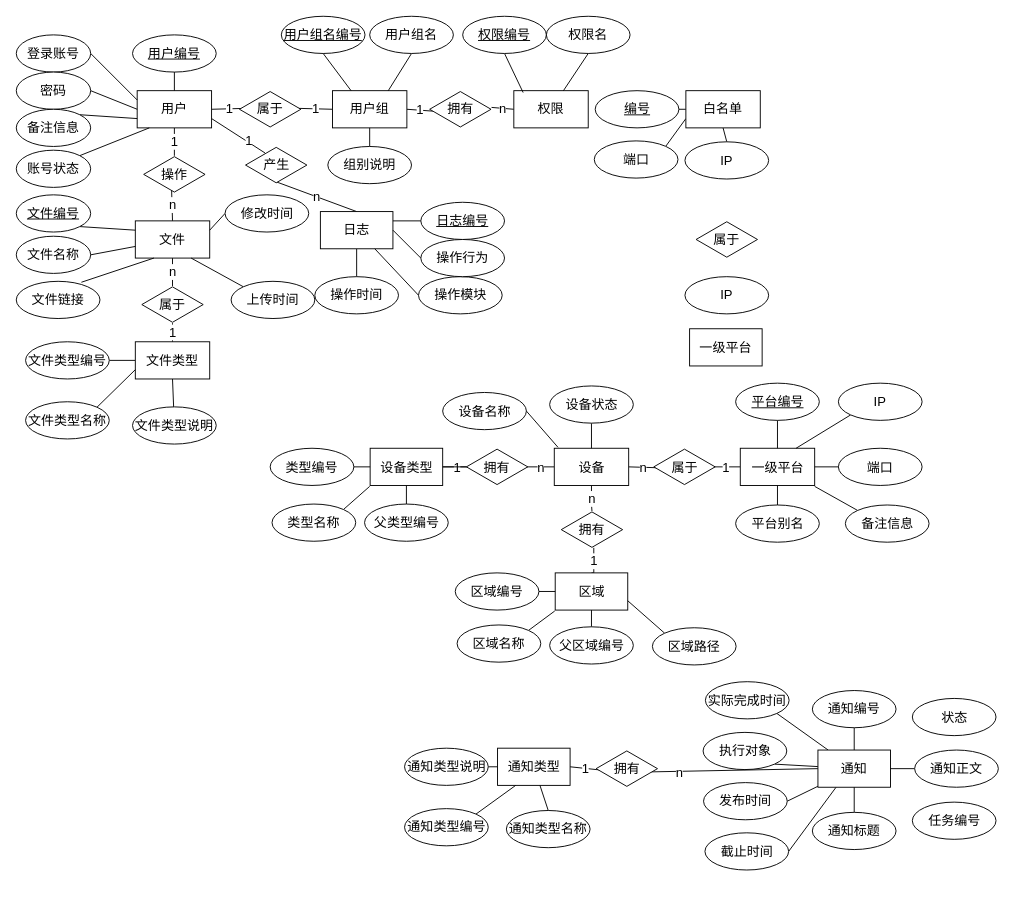
This is E-R.drawio from waterwatermelon/graph, a draw.io file, before an edit. Source tidied: cells renumbered, new cells numbered last; positions are measured from the earlier drawing's top-left corner, leaving out a move shared by most shapes. Both pictures are drawn from the tidied source at 93%, with x=0, y=0 at pixel (16, 16).
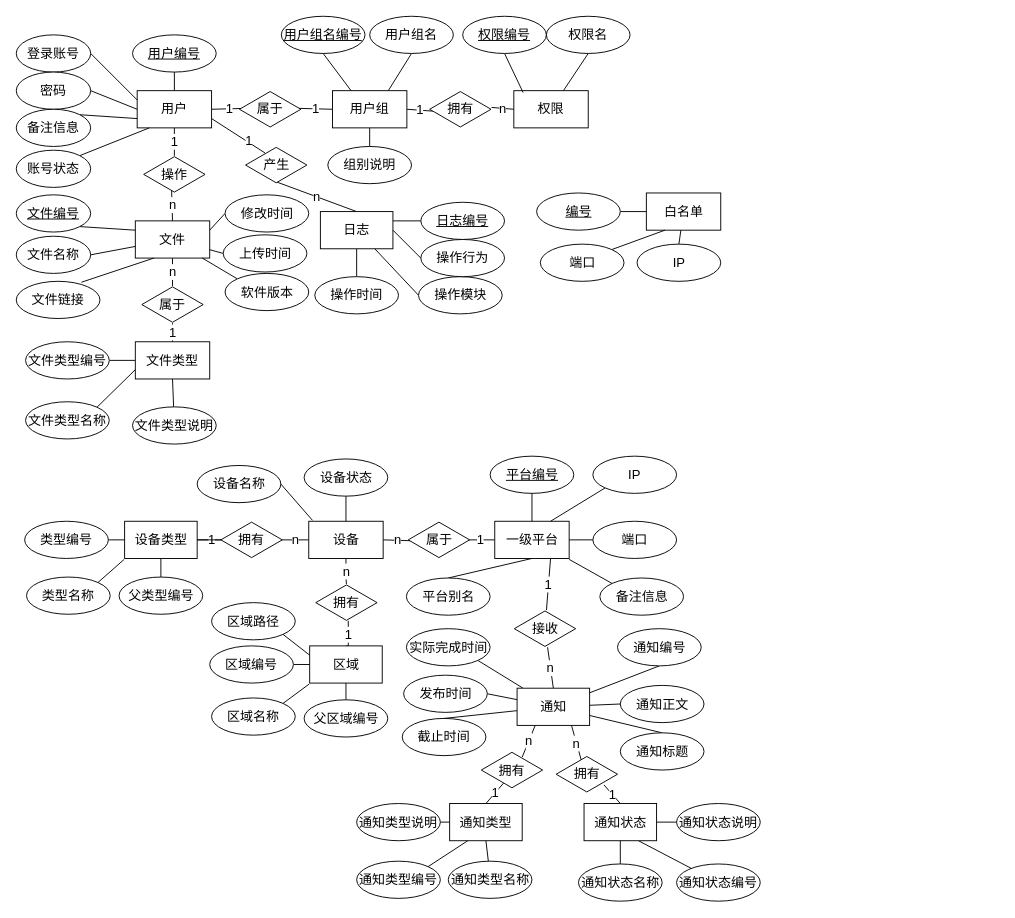
After the change.

The change refers to these unchanged cells:
```xml
<mxCell id="54" value="文件" style="rounded=0;whiteSpace=wrap;html=1;fontSize=14;" parent="1" vertex="1">
  <mxGeometry x="128" y="220" width="80" height="40" as="geometry" />
</mxCell>
```

Change to the diagram source:
```diff
@@
     <mxCell id="31" value="设备" style="rounded=0;whiteSpace=wrap;html=1;fontSize=14;" parent="1" vertex="1">
-      <mxGeometry x="578.5" y="464.5" width="80" height="40" as="geometry" />
+      <mxGeometry x="314.5" y="543" width="80" height="40" as="geometry" />
     </mxCell>
@@
+    <mxCell id="148" value="1" style="edgeStyle=none;rounded=0;jettySize=auto;html=1;exitX=0.75;exitY=1;exitDx=0;exitDy=0;endArrow=none;endFill=0;fontSize=14;" parent="1" edge="1" source="33" target="161">
+      <mxGeometry relative="1" as="geometry" />
+    </mxCell>
     <mxCell id="33" value="一级平台" style="rounded=0;whiteSpace=wrap;html=1;fontSize=14;" parent="1" vertex="1">
-      <mxGeometry x="778.5" y="464.5" width="80" height="40" as="geometry" />
+      <mxGeometry x="514.5" y="543" width="80" height="40" as="geometry" />
     </mxCell>
@@
     <mxCell id="35" value="设备名称" style="ellipse;whiteSpace=wrap;html=1;fontSize=14;" parent="1" vertex="1">
-      <mxGeometry x="458.5" y="404.5" width="90" height="40" as="geometry" />
+      <mxGeometry x="194.5" y="483" width="90" height="40" as="geometry" />
     </mxCell>
     <mxCell id="36" value="属于" style="html=1;whiteSpace=wrap;shape=isoRectangle;fontSize=14;" parent="1" vertex="1">
-      <mxGeometry x="685.5" y="464.5" width="66" height="40" as="geometry" />
+      <mxGeometry x="421.5" y="543" width="66" height="40" as="geometry" />
     </mxCell>
-    <mxCell id="37" value="一级平台" style="rounded=0;whiteSpace=wrap;html=1;fontSize=14;" parent="1" vertex="1">
-      <mxGeometry x="724" y="336" width="78" height="40" as="geometry" />
-    </mxCell>
@@
     <mxCell id="39" value="&lt;u style=&quot;font-size: 14px;&quot;&gt;平台编号&lt;/u&gt;" style="ellipse;whiteSpace=wrap;html=1;fontSize=14;" parent="1" vertex="1">
-      <mxGeometry x="773.5" y="394.5" width="90" height="40" as="geometry" />
+      <mxGeometry x="509.5" y="473" width="90" height="40" as="geometry" />
     </mxCell>
@@
     <mxCell id="41" value="设备状态" style="ellipse;whiteSpace=wrap;html=1;fontSize=14;" parent="1" vertex="1">
-      <mxGeometry x="573.5" y="397.5" width="90" height="40" as="geometry" />
+      <mxGeometry x="309.5" y="476" width="90" height="40" as="geometry" />
     </mxCell>
@@
     <mxCell id="43" value="IP" style="ellipse;whiteSpace=wrap;html=1;fontSize=14;" parent="1" vertex="1">
-      <mxGeometry x="884" y="394.5" width="90" height="40" as="geometry" />
+      <mxGeometry x="620" y="473" width="90" height="40" as="geometry" />
     </mxCell>
@@
     <mxCell id="45" value="端口" style="ellipse;whiteSpace=wrap;html=1;fontSize=14;" parent="1" vertex="1">
-      <mxGeometry x="884" y="464.5" width="90" height="40" as="geometry" />
+      <mxGeometry x="620" y="543" width="90" height="40" as="geometry" />
     </mxCell>
-    <mxCell id="46" style="edgeStyle=none;rounded=0;jettySize=auto;html=1;exitX=0;exitY=0.5;exitDx=0;exitDy=0;entryX=1;entryY=0.5;entryDx=0;entryDy=0;endArrow=none;endFill=0;fontSize=14;" parent="1" edge="1" source="49" target="93">
-      <mxGeometry relative="1" as="geometry" />
-    </mxCell>
-    <mxCell id="47" style="edgeStyle=none;rounded=0;jettySize=auto;html=1;exitX=0;exitY=0.75;exitDx=0;exitDy=0;entryX=1;entryY=0;entryDx=0;entryDy=0;endArrow=none;endFill=0;fontSize=14;" parent="1" edge="1" source="49" target="51">
-      <mxGeometry relative="1" as="geometry" />
-    </mxCell>
-    <mxCell id="48" style="edgeStyle=none;rounded=0;jettySize=auto;html=1;exitX=0.5;exitY=1;exitDx=0;exitDy=0;entryX=0.5;entryY=0;entryDx=0;entryDy=0;endArrow=none;endFill=0;fontSize=14;" parent="1" edge="1" source="49" target="50">
-      <mxGeometry relative="1" as="geometry" />
-    </mxCell>
     <mxCell id="49" value="白名单" style="rounded=0;whiteSpace=wrap;html=1;fontSize=14;" parent="1" vertex="1">
-      <mxGeometry x="720" y="80" width="80" height="40" as="geometry" />
+      <mxGeometry x="677.5" y="190" width="80" height="40" as="geometry" />
     </mxCell>
+    <mxCell id="149" style="edgeStyle=none;rounded=0;jettySize=auto;html=1;exitX=0.5;exitY=0;exitDx=0;exitDy=0;endArrow=none;endFill=0;fontSize=14;" parent="1" edge="1" source="50" target="49">
+      <mxGeometry relative="1" as="geometry" />
+    </mxCell>
     <mxCell id="50" value="IP" style="ellipse;whiteSpace=wrap;html=1;fontSize=14;" parent="1" vertex="1">
-      <mxGeometry x="719" y="135" width="90" height="40" as="geometry" />
+      <mxGeometry x="667.5" y="245" width="90" height="40" as="geometry" />
     </mxCell>
+    <mxCell id="150" style="edgeStyle=none;rounded=0;jettySize=auto;html=1;exitX=1;exitY=0;exitDx=0;exitDy=0;entryX=0.25;entryY=1;entryDx=0;entryDy=0;endArrow=none;endFill=0;fontSize=14;" parent="1" edge="1" source="51" target="49">
+      <mxGeometry relative="1" as="geometry" />
+    </mxCell>
     <mxCell id="51" value="端口" style="ellipse;whiteSpace=wrap;html=1;fontSize=14;" parent="1" vertex="1">
-      <mxGeometry x="621.5" y="134" width="90" height="40" as="geometry" />
+      <mxGeometry x="563.5" y="245" width="90" height="40" as="geometry" />
     </mxCell>
@@
-    <mxCell id="55" value="IP" style="ellipse;whiteSpace=wrap;html=1;fontSize=14;" parent="1" vertex="1">
-      <mxGeometry x="719" y="280" width="90" height="40" as="geometry" />
-    </mxCell>
@@
-    <mxCell id="59" value="属于" style="html=1;whiteSpace=wrap;shape=isoRectangle;fontSize=14;" parent="1" vertex="1">
-      <mxGeometry x="731" y="220" width="66" height="40" as="geometry" />
-    </mxCell>
@@
-    <mxCell id="70" style="edgeStyle=none;rounded=0;jettySize=auto;html=1;exitX=0;exitY=0;exitDx=0;exitDy=0;entryX=0.75;entryY=1;entryDx=0;entryDy=0;endArrow=none;endFill=0;fontSize=14;" parent="1" edge="1" source="71" target="54">
+    <mxCell id="70" style="edgeStyle=none;rounded=0;jettySize=auto;html=1;exitX=0;exitY=0.5;exitDx=0;exitDy=0;endArrow=none;endFill=0;fontSize=14;" parent="1" edge="1" source="71" target="54">
       <mxGeometry relative="1" as="geometry" />
     </mxCell>
     <mxCell id="71" value="上传时间" style="ellipse;whiteSpace=wrap;html=1;fontSize=14;" parent="1" vertex="1">
-      <mxGeometry x="231" y="285" width="90" height="40" as="geometry" />
+      <mxGeometry x="222.5" y="235" width="90" height="40" as="geometry" />
     </mxCell>
@@
     <mxCell id="75" value="区域" style="rounded=0;whiteSpace=wrap;html=1;fontSize=14;" parent="1" vertex="1">
-      <mxGeometry x="579.5" y="598.5" width="78" height="40" as="geometry" />
+      <mxGeometry x="315.5" y="677" width="78" height="40" as="geometry" />
     </mxCell>
     <mxCell id="76" value="拥有" style="html=1;whiteSpace=wrap;shape=isoRectangle;fontSize=14;" parent="1" vertex="1">
-      <mxGeometry x="586" y="532" width="66" height="40" as="geometry" />
+      <mxGeometry x="322" y="610.5" width="66" height="40" as="geometry" />
     </mxCell>
@@
     <mxCell id="78" value="区域编号" style="ellipse;whiteSpace=wrap;html=1;fontSize=14;" parent="1" vertex="1">
-      <mxGeometry x="472" y="598.5" width="90" height="40" as="geometry" />
+      <mxGeometry x="208" y="677" width="90" height="40" as="geometry" />
     </mxCell>
     <mxCell id="79" style="edgeStyle=none;rounded=0;jettySize=auto;html=1;exitX=1;exitY=0;exitDx=0;exitDy=0;endArrow=none;endFill=0;fontSize=14;" parent="1" edge="1" source="80">
       <mxGeometry relative="1" as="geometry">
-        <mxPoint x="579" y="639.5" as="targetPoint" />
+        <mxPoint x="315" y="718" as="targetPoint" />
       </mxGeometry>
     </mxCell>
     <mxCell id="80" value="区域名称" style="ellipse;whiteSpace=wrap;html=1;fontSize=14;" parent="1" vertex="1">
-      <mxGeometry x="474" y="654.5" width="90" height="40" as="geometry" />
+      <mxGeometry x="210" y="733" width="90" height="40" as="geometry" />
     </mxCell>
@@
     <mxCell id="82" value="父区域编号" style="ellipse;whiteSpace=wrap;html=1;fontSize=14;" parent="1" vertex="1">
-      <mxGeometry x="573.5" y="656.5" width="90" height="40" as="geometry" />
+      <mxGeometry x="309.5" y="735" width="90" height="40" as="geometry" />
     </mxCell>
-    <mxCell id="83" style="edgeStyle=none;rounded=0;jettySize=auto;html=1;exitX=0;exitY=0;exitDx=0;exitDy=0;entryX=1;entryY=0.75;entryDx=0;entryDy=0;endArrow=none;endFill=0;fontSize=14;" parent="1" edge="1" source="84" target="75">
+    <mxCell id="83" style="edgeStyle=none;rounded=0;jettySize=auto;html=1;exitX=1;exitY=1;exitDx=0;exitDy=0;entryX=0;entryY=0.25;entryDx=0;entryDy=0;endArrow=none;endFill=0;fontSize=14;" parent="1" edge="1" source="84" target="75">
       <mxGeometry relative="1" as="geometry" />
     </mxCell>
     <mxCell id="84" value="区域路径" style="ellipse;whiteSpace=wrap;html=1;fontSize=14;" parent="1" vertex="1">
-      <mxGeometry x="684" y="657.5" width="90" height="40" as="geometry" />
+      <mxGeometry x="210" y="630.5" width="90" height="40" as="geometry" />
     </mxCell>
@@
+    <mxCell id="151" style="edgeStyle=none;rounded=0;jettySize=auto;html=1;exitX=1;exitY=0.5;exitDx=0;exitDy=0;endArrow=none;endFill=0;fontSize=14;" parent="1" edge="1" source="93" target="49">
+      <mxGeometry relative="1" as="geometry" />
+    </mxCell>
     <mxCell id="93" value="&lt;u style=&quot;font-size: 14px;&quot;&gt;编号&lt;/u&gt;" style="ellipse;whiteSpace=wrap;html=1;fontSize=14;" parent="1" vertex="1">
-      <mxGeometry x="622.5" y="80" width="90" height="40" as="geometry" />
+      <mxGeometry x="559.5" y="190" width="90" height="40" as="geometry" />
     </mxCell>
@@
     <mxCell id="95" value="平台别名" style="ellipse;whiteSpace=wrap;html=1;fontSize=14;" parent="1" vertex="1">
-      <mxGeometry x="773.5" y="525.5" width="90" height="40" as="geometry" />
+      <mxGeometry x="419.5" y="604" width="90" height="40" as="geometry" />
     </mxCell>
@@
     <mxCell id="99" value="设备类型" style="rounded=0;whiteSpace=wrap;html=1;fontSize=14;" parent="1" vertex="1">
-      <mxGeometry x="380.5" y="464.5" width="78" height="40" as="geometry" />
+      <mxGeometry x="116.5" y="543" width="78" height="40" as="geometry" />
     </mxCell>
@@
     <mxCell id="101" value="类型编号" style="ellipse;whiteSpace=wrap;html=1;fontSize=14;" parent="1" vertex="1">
-      <mxGeometry x="273" y="464.5" width="90" height="40" as="geometry" />
+      <mxGeometry x="9" y="543" width="90" height="40" as="geometry" />
     </mxCell>
     <mxCell id="102" style="edgeStyle=none;rounded=0;jettySize=auto;html=1;exitX=1;exitY=0;exitDx=0;exitDy=0;endArrow=none;endFill=0;fontSize=14;" parent="1" edge="1" source="103">
       <mxGeometry relative="1" as="geometry">
-        <mxPoint x="380" y="505.5" as="targetPoint" />
+        <mxPoint x="116" y="584" as="targetPoint" />
       </mxGeometry>
     </mxCell>
     <mxCell id="103" value="类型名称" style="ellipse;whiteSpace=wrap;html=1;fontSize=14;" parent="1" vertex="1">
-      <mxGeometry x="275" y="524.5" width="90" height="40" as="geometry" />
+      <mxGeometry x="11" y="603" width="90" height="40" as="geometry" />
     </mxCell>
@@
     <mxCell id="105" value="拥有" style="html=1;whiteSpace=wrap;shape=isoRectangle;fontSize=14;" parent="1" vertex="1">
-      <mxGeometry x="484" y="464.5" width="66" height="40" as="geometry" />
+      <mxGeometry x="220" y="543" width="66" height="40" as="geometry" />
     </mxCell>
@@
     <mxCell id="107" value="父类型编号" style="ellipse;whiteSpace=wrap;html=1;fontSize=14;" parent="1" vertex="1">
-      <mxGeometry x="374.5" y="524.5" width="90" height="40" as="geometry" />
+      <mxGeometry x="110.5" y="603" width="90" height="40" as="geometry" />
     </mxCell>
-    <mxCell id="108" value="任务编号" style="ellipse;whiteSpace=wrap;html=1;fontSize=14;" parent="1" vertex="1">
-      <mxGeometry x="963.5" y="845" width="90" height="40" as="geometry" />
-    </mxCell>
-    <mxCell id="109" style="edgeStyle=none;rounded=0;jettySize=auto;html=1;exitX=1;exitY=1;exitDx=0;exitDy=0;endArrow=none;endFill=0;fontSize=14;" parent="1" edge="1" source="110" target="120">
-      <mxGeometry relative="1" as="geometry" />
-    </mxCell>
-    <mxCell id="110" value="执行对象" style="ellipse;whiteSpace=wrap;html=1;fontSize=14;" parent="1" vertex="1">
-      <mxGeometry x="738.5" y="770" width="90" height="40" as="geometry" />
-    </mxCell>
@@
     <mxCell id="112" value="发布时间" style="ellipse;whiteSpace=wrap;html=1;fontSize=14;" parent="1" vertex="1">
-      <mxGeometry x="739" y="824" width="90" height="40" as="geometry" />
+      <mxGeometry x="416.5" y="708.5" width="90" height="40" as="geometry" />
     </mxCell>
-    <mxCell id="113" value="状态" style="ellipse;whiteSpace=wrap;html=1;fontSize=14;" parent="1" vertex="1">
-      <mxGeometry x="963.5" y="733.5" width="90" height="40" as="geometry" />
-    </mxCell>
@@
     <mxCell id="115" value="实际完成时间" style="ellipse;whiteSpace=wrap;html=1;fontSize=14;" parent="1" vertex="1">
-      <mxGeometry x="741" y="715.5" width="90" height="40" as="geometry" />
+      <mxGeometry x="419.5" y="658.5" width="90" height="40" as="geometry" />
     </mxCell>
-    <mxCell id="116" style="edgeStyle=none;rounded=0;jettySize=auto;html=1;exitX=1;exitY=0.5;exitDx=0;exitDy=0;entryX=0.25;entryY=1;entryDx=0;entryDy=0;endArrow=none;endFill=0;fontSize=14;" parent="1" edge="1" source="117" target="120">
+    <mxCell id="116" style="edgeStyle=none;rounded=0;jettySize=auto;html=1;exitX=0.5;exitY=0;exitDx=0;exitDy=0;endArrow=none;endFill=0;fontSize=14;" parent="1" edge="1" source="117" target="120">
       <mxGeometry relative="1" as="geometry" />
     </mxCell>
     <mxCell id="117" value="截止时间" style="ellipse;whiteSpace=wrap;html=1;fontSize=14;" parent="1" vertex="1">
-      <mxGeometry x="740.5" y="878" width="90" height="40" as="geometry" />
+      <mxGeometry x="415" y="755" width="90" height="40" as="geometry" />
     </mxCell>
-    <mxCell id="118" style="edgeStyle=none;rounded=0;jettySize=auto;html=1;exitX=0;exitY=0.5;exitDx=0;exitDy=0;entryX=0.864;entryY=0.588;entryDx=0;entryDy=0;entryPerimeter=0;endArrow=none;endFill=0;fontSize=14;" parent="1" edge="1" source="120" target="137">
-      <mxGeometry relative="1" as="geometry" />
-    </mxCell>
-    <mxCell id="119" value="n" style="text;html=1;align=center;verticalAlign=middle;labelBackgroundColor=#ffffff;fontSize=14;" parent="118" vertex="1">
-      <mxGeometry x="0.65" y="2" relative="1" as="geometry" />
-    </mxCell>
+    <mxCell id="152" value="n" style="edgeStyle=none;rounded=0;jettySize=auto;html=1;exitX=0.5;exitY=0;exitDx=0;exitDy=0;endArrow=none;endFill=0;fontSize=14;" parent="1" edge="1" source="120" target="161">
+      <mxGeometry relative="1" as="geometry" />
+    </mxCell>
+    <mxCell id="153" value="n" style="edgeStyle=none;rounded=0;jettySize=auto;html=1;exitX=0.25;exitY=1;exitDx=0;exitDy=0;entryX=0.667;entryY=0.15;entryDx=0;entryDy=0;entryPerimeter=0;endArrow=none;endFill=0;fontSize=14;" parent="1" edge="1" source="120" target="166">
+      <mxGeometry relative="1" as="geometry" />
+    </mxCell>
+    <mxCell id="154" value="n" style="edgeStyle=none;rounded=0;jettySize=auto;html=1;exitX=0.75;exitY=1;exitDx=0;exitDy=0;entryX=0.417;entryY=0.163;entryDx=0;entryDy=0;entryPerimeter=0;endArrow=none;endFill=0;fontSize=14;" parent="1" edge="1" source="120" target="167">
+      <mxGeometry relative="1" as="geometry" />
+    </mxCell>
     <mxCell id="120" value="通知" style="rounded=0;whiteSpace=wrap;html=1;fontSize=14;" parent="1" vertex="1">
-      <mxGeometry x="862" y="789" width="78" height="40" as="geometry" />
+      <mxGeometry x="538.5" y="722.5" width="78" height="40" as="geometry" />
     </mxCell>
@@
     <mxCell id="122" value="通知编号" style="ellipse;whiteSpace=wrap;html=1;fontSize=14;" parent="1" vertex="1">
-      <mxGeometry x="856" y="725" width="90" height="40" as="geometry" />
+      <mxGeometry x="646.5" y="658.5" width="90" height="40" as="geometry" />
     </mxCell>
@@
     <mxCell id="124" value="通知标题" style="ellipse;whiteSpace=wrap;html=1;fontSize=14;" parent="1" vertex="1">
-      <mxGeometry x="856" y="856" width="90" height="40" as="geometry" />
+      <mxGeometry x="649.5" y="770.5" width="90" height="40" as="geometry" />
     </mxCell>
@@
     <mxCell id="126" value="通知正文" style="ellipse;whiteSpace=wrap;html=1;fontSize=14;" parent="1" vertex="1">
-      <mxGeometry x="966" y="789" width="90" height="40" as="geometry" />
+      <mxGeometry x="649.5" y="719.5" width="90" height="40" as="geometry" />
     </mxCell>
     <mxCell id="127" style="edgeStyle=none;rounded=0;jettySize=auto;html=1;exitX=0;exitY=0;exitDx=0;exitDy=0;endArrow=none;endFill=0;fontSize=14;" parent="1" edge="1" source="128">
       <mxGeometry relative="1" as="geometry">
-        <mxPoint x="858.5" y="505.5" as="targetPoint" />
+        <mxPoint x="594.5" y="584" as="targetPoint" />
       </mxGeometry>
     </mxCell>
     <mxCell id="128" value="备注信息" style="ellipse;whiteSpace=wrap;html=1;fontSize=14;" parent="1" vertex="1">
-      <mxGeometry x="891.5" y="525.5" width="90" height="40" as="geometry" />
+      <mxGeometry x="627.5" y="604" width="90" height="40" as="geometry" />
     </mxCell>
-    <mxCell id="129" value="1" style="edgeStyle=none;rounded=0;jettySize=auto;html=1;exitX=1;exitY=0.5;exitDx=0;exitDy=0;entryX=0.076;entryY=0.538;entryDx=0;entryDy=0;entryPerimeter=0;endArrow=none;endFill=0;fontSize=14;" parent="1" edge="1" source="130" target="137">
-      <mxGeometry relative="1" as="geometry" />
-    </mxCell>
+    <mxCell id="155" style="edgeStyle=none;rounded=0;jettySize=auto;html=1;exitX=0.5;exitY=1;exitDx=0;exitDy=0;endArrow=none;endFill=0;fontSize=14;" parent="1" edge="1" source="130" target="134">
+      <mxGeometry relative="1" as="geometry" />
+    </mxCell>
+    <mxCell id="156" value="1" style="edgeStyle=none;rounded=0;jettySize=auto;html=1;exitX=0.5;exitY=0;exitDx=0;exitDy=0;entryX=0.364;entryY=0.85;entryDx=0;entryDy=0;entryPerimeter=0;endArrow=none;endFill=0;fontSize=14;" parent="1" edge="1" source="130" target="166">
+      <mxGeometry relative="1" as="geometry" />
+    </mxCell>
     <mxCell id="130" value="通知类型" style="rounded=0;whiteSpace=wrap;html=1;fontSize=14;" parent="1" vertex="1">
-      <mxGeometry x="517.5" y="787" width="78" height="40" as="geometry" />
+      <mxGeometry x="466" y="846.5" width="78" height="40" as="geometry" />
     </mxCell>
@@
     <mxCell id="132" value="通知类型编号" style="ellipse;whiteSpace=wrap;html=1;fontSize=14;" parent="1" vertex="1">
-      <mxGeometry x="417.5" y="852" width="90" height="40" as="geometry" />
+      <mxGeometry x="366" y="908.5" width="90" height="40" as="geometry" />
     </mxCell>
-    <mxCell id="133" style="edgeStyle=none;rounded=0;jettySize=auto;html=1;exitX=0.5;exitY=0;exitDx=0;exitDy=0;endArrow=none;endFill=0;fontSize=14;" parent="1" edge="1" source="134" target="130">
-      <mxGeometry relative="1" as="geometry" />
-    </mxCell>
     <mxCell id="134" value="通知类型名称" style="ellipse;whiteSpace=wrap;html=1;fontSize=14;" parent="1" vertex="1">
-      <mxGeometry x="527" y="854" width="90" height="40" as="geometry" />
+      <mxGeometry x="464.5" y="908.5" width="90" height="40" as="geometry" />
     </mxCell>
@@
     <mxCell id="136" value="通知类型说明" style="ellipse;whiteSpace=wrap;html=1;fontSize=14;" parent="1" vertex="1">
-      <mxGeometry x="417.5" y="787" width="90" height="40" as="geometry" />
+      <mxGeometry x="366" y="846.5" width="90" height="40" as="geometry" />
     </mxCell>
-    <mxCell id="137" value="拥有" style="html=1;whiteSpace=wrap;shape=isoRectangle;fontSize=14;" parent="1" vertex="1">
-      <mxGeometry x="623.5" y="789" width="66" height="40" as="geometry" />
-    </mxCell>
@@
+    <mxCell id="157" style="edgeStyle=none;rounded=0;jettySize=auto;html=1;exitX=1;exitY=0.5;exitDx=0;exitDy=0;entryX=0;entryY=0.5;entryDx=0;entryDy=0;endArrow=none;endFill=0;fontSize=14;" parent="1" edge="1" source="160" target="164">
+      <mxGeometry relative="1" as="geometry" />
+    </mxCell>
+    <mxCell id="158" style="edgeStyle=none;rounded=0;jettySize=auto;html=1;exitX=0.75;exitY=1;exitDx=0;exitDy=0;endArrow=none;endFill=0;fontSize=14;" parent="1" edge="1" source="160" target="165">
+      <mxGeometry relative="1" as="geometry" />
+    </mxCell>
+    <mxCell id="159" value="1" style="edgeStyle=none;rounded=0;jettySize=auto;html=1;exitX=0.5;exitY=0;exitDx=0;exitDy=0;entryX=0.78;entryY=0.788;entryDx=0;entryDy=0;entryPerimeter=0;endArrow=none;endFill=0;fontSize=14;" parent="1" edge="1" source="160" target="167">
+      <mxGeometry relative="1" as="geometry" />
+    </mxCell>
+    <mxCell id="160" value="通知状态" style="rounded=0;whiteSpace=wrap;html=1;fontSize=14;" parent="1" vertex="1">
+      <mxGeometry x="610.5" y="846.5" width="78" height="40" as="geometry" />
+    </mxCell>
+    <mxCell id="161" value="接收" style="html=1;whiteSpace=wrap;shape=isoRectangle;fontSize=14;" parent="1" vertex="1">
+      <mxGeometry x="535.5" y="638.5" width="66" height="40" as="geometry" />
+    </mxCell>
+    <mxCell id="162" style="edgeStyle=none;rounded=0;jettySize=auto;html=1;exitX=0.5;exitY=0;exitDx=0;exitDy=0;endArrow=none;endFill=0;fontSize=14;" parent="1" edge="1" source="163" target="160">
+      <mxGeometry relative="1" as="geometry" />
+    </mxCell>
+    <mxCell id="163" value="通知状态名称" style="ellipse;whiteSpace=wrap;html=1;fontSize=14;" parent="1" vertex="1">
+      <mxGeometry x="604.5" y="911.5" width="90" height="40" as="geometry" />
+    </mxCell>
+    <mxCell id="164" value="通知状态说明" style="ellipse;whiteSpace=wrap;html=1;fontSize=14;" parent="1" vertex="1">
+      <mxGeometry x="710" y="846.5" width="90" height="40" as="geometry" />
+    </mxCell>
+    <mxCell id="165" value="通知状态编号" style="ellipse;whiteSpace=wrap;html=1;fontSize=14;" parent="1" vertex="1">
+      <mxGeometry x="710" y="911.5" width="90" height="40" as="geometry" />
+    </mxCell>
+    <mxCell id="166" value="拥有" style="html=1;whiteSpace=wrap;shape=isoRectangle;fontSize=14;" parent="1" vertex="1">
+      <mxGeometry x="500" y="790.5" width="66" height="40" as="geometry" />
+    </mxCell>
+    <mxCell id="167" value="拥有" style="html=1;whiteSpace=wrap;shape=isoRectangle;fontSize=14;" parent="1" vertex="1">
+      <mxGeometry x="580.5" y="795" width="66" height="40" as="geometry" />
+    </mxCell>
+    <mxCell id="168" style="edgeStyle=none;rounded=0;jettySize=auto;html=1;exitX=0;exitY=0;exitDx=0;exitDy=0;entryX=0.9;entryY=1;entryDx=0;entryDy=0;entryPerimeter=0;endArrow=none;endFill=0;fontSize=14;" parent="1" edge="1" source="169" target="54">
+      <mxGeometry relative="1" as="geometry" />
+    </mxCell>
+    <mxCell id="169" value="软件版本" style="ellipse;whiteSpace=wrap;html=1;fontSize=14;" parent="1" vertex="1">
+      <mxGeometry x="224.5" y="276.5" width="90" height="40" as="geometry" />
+    </mxCell>
```
